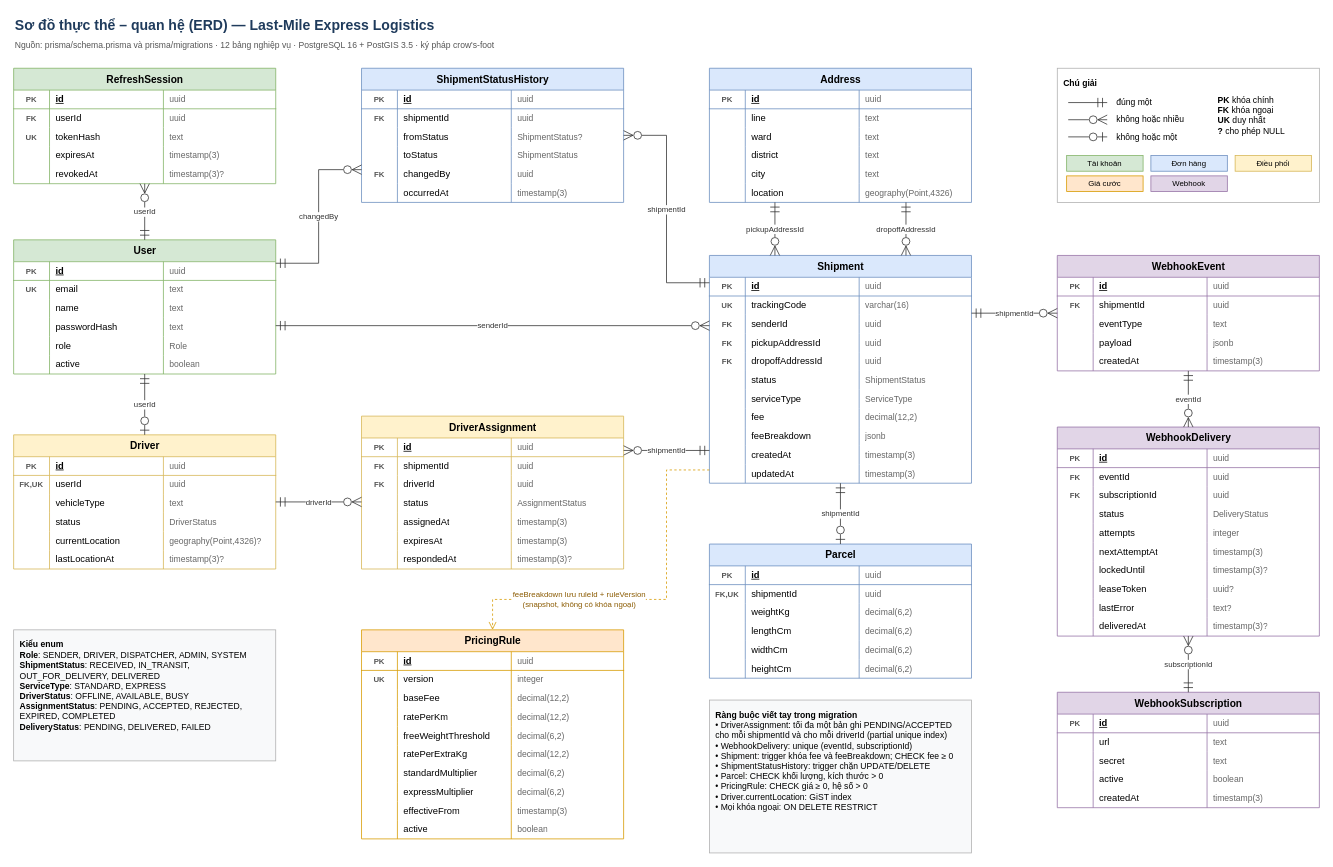
Earlier version of the draw.io diagram docs/architecture/diagrams/erd.drawio (HarryNgoFire/CNPM_Topic4). Source tidied: cells renumbered, new cells numbered last; positions are measured from the earlier drawing's top-left corner, leaving out a move shared by most shapes. Both pictures are drawn from the tidied source at 78%, with x=0, y=0 at pixel (13, 13).
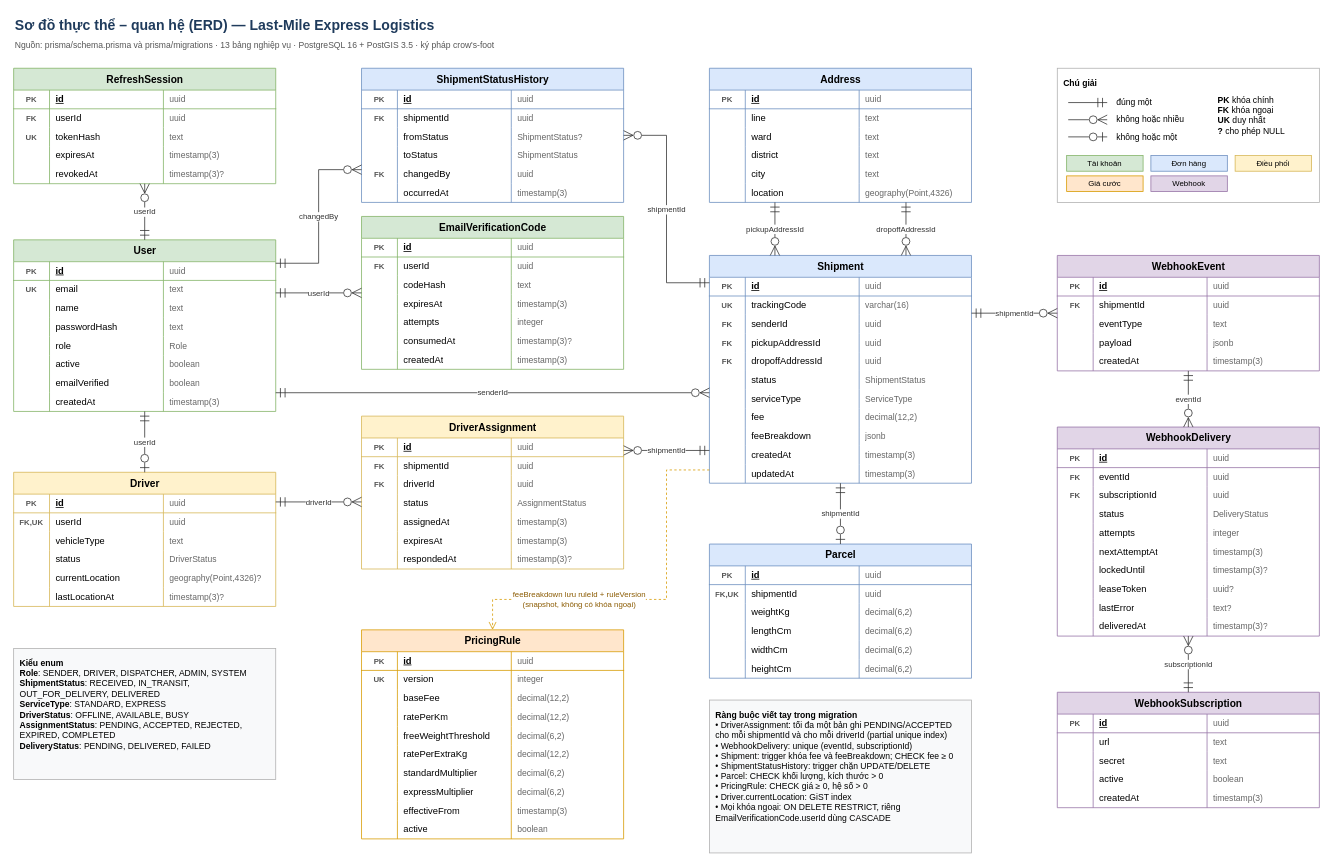
Above is the later version.

Commit message (it also covers changes not shown here):
docs(m3): add EmailVerificationCode to the ERD

Migration 20261028120000 added one table and two User columns without
updating the diagram. The legend note also claimed that every foreign key
is RESTRICT, which is no longer true for this table.

Unchanged cells that the change refers to:
```xml
<mxCell id="75" value="ShipmentStatusHistory" style="shape=table;startSize=28;childLayout=tableLayout;rowLines=0;fontStyle=1;align=center;html=1;fontSize=13;fillColor=#dae8fc;strokeColor=#6c8ebf;swimlaneFillColor=#ffffff;" parent="1" vertex="1">
  <mxGeometry x="446" y="70" width="336" height="172" as="geometry" />
</mxCell>
<mxCell id="100" value="DriverAssignment" style="shape=table;startSize=28;childLayout=tableLayout;rowLines=0;fontStyle=1;align=center;html=1;fontSize=13;fillColor=#fff2cc;strokeColor=#d6b656;swimlaneFillColor=#ffffff;" parent="1" vertex="1">
  <mxGeometry x="446" y="516" width="336" height="196" as="geometry" />
</mxCell>
<mxCell id="195" value="Shipment" style="shape=table;startSize=28;childLayout=tableLayout;rowLines=0;fontStyle=1;align=center;html=1;fontSize=13;fillColor=#dae8fc;strokeColor=#6c8ebf;swimlaneFillColor=#ffffff;" parent="1" vertex="1">
  <mxGeometry x="892" y="310" width="336" height="292" as="geometry" />
</mxCell>
```

What changed in the source:
```diff
@@
-    <mxCell id="3" value="Nguồn: prisma/schema.prisma và prisma/migrations · 12 bảng nghiệp vụ · PostgreSQL 16 + PostGIS 3.5 · ký pháp crow's-foot" style="text;html=1;align=left;verticalAlign=middle;fontSize=11;fontColor=#555555;" parent="1" vertex="1">
+    <mxCell id="3" value="Nguồn: prisma/schema.prisma và prisma/migrations · 13 bảng nghiệp vụ · PostgreSQL 16 + PostGIS 3.5 · ký pháp crow's-foot" style="text;html=1;align=left;verticalAlign=middle;fontSize=11;fontColor=#555555;" parent="1" vertex="1">
       <mxGeometry y="30" width="1100" height="22" as="geometry" />
     </mxCell>
@@
     <mxCell id="25" value="User" style="shape=table;startSize=28;childLayout=tableLayout;rowLines=0;fontStyle=1;align=center;html=1;fontSize=13;fillColor=#d5e8d4;strokeColor=#82b366;swimlaneFillColor=#ffffff;" parent="1" vertex="1">
-      <mxGeometry y="290" width="336" height="172" as="geometry" />
+      <mxGeometry y="290" width="336" height="220" as="geometry" />
     </mxCell>
@@
+    <mxCell id="377" style="shape=tableRow;horizontal=0;startSize=0;swimlaneHead=0;swimlaneBody=0;fillColor=none;top=0;left=0;right=0;bottom=0;strokeColor=#82b366;" parent="25" vertex="1">
+      <mxGeometry y="172" width="336" height="24" as="geometry" />
+    </mxCell>
+    <mxCell id="378" style="shape=partialRectangle;fillColor=none;top=0;left=0;bottom=0;right=0;overflow=hidden;html=1;fontStyle=1;fontSize=10;fontColor=#555555;" parent="377" vertex="1">
+      <mxGeometry width="46" height="24" as="geometry" />
+    </mxCell>
+    <mxCell id="379" value="emailVerified" style="shape=partialRectangle;fillColor=none;top=0;left=0;bottom=0;right=0;overflow=hidden;html=1;align=left;spacingLeft=6;fontSize=12;fontStyle=0;" parent="377" vertex="1">
+      <mxGeometry x="46" width="146" height="24" as="geometry" />
+    </mxCell>
+    <mxCell id="380" value="boolean" style="shape=partialRectangle;fillColor=none;top=0;left=0;bottom=0;right=0;overflow=hidden;html=1;align=left;spacingLeft=6;fontSize=11;fontColor=#666666;" parent="377" vertex="1">
+      <mxGeometry x="192" width="144" height="24" as="geometry" />
+    </mxCell>
+    <mxCell id="381" style="shape=tableRow;horizontal=0;startSize=0;swimlaneHead=0;swimlaneBody=0;fillColor=none;top=0;left=0;right=0;bottom=0;strokeColor=#82b366;" parent="25" vertex="1">
+      <mxGeometry y="196" width="336" height="24" as="geometry" />
+    </mxCell>
+    <mxCell id="382" style="shape=partialRectangle;fillColor=none;top=0;left=0;bottom=0;right=0;overflow=hidden;html=1;fontStyle=1;fontSize=10;fontColor=#555555;" parent="381" vertex="1">
+      <mxGeometry width="46" height="24" as="geometry" />
+    </mxCell>
+    <mxCell id="383" value="createdAt" style="shape=partialRectangle;fillColor=none;top=0;left=0;bottom=0;right=0;overflow=hidden;html=1;align=left;spacingLeft=6;fontSize=12;fontStyle=0;" parent="381" vertex="1">
+      <mxGeometry x="46" width="146" height="24" as="geometry" />
+    </mxCell>
+    <mxCell id="384" value="timestamp(3)" style="shape=partialRectangle;fillColor=none;top=0;left=0;bottom=0;right=0;overflow=hidden;html=1;align=left;spacingLeft=6;fontSize=11;fontColor=#666666;" parent="381" vertex="1">
+      <mxGeometry x="192" width="144" height="24" as="geometry" />
+    </mxCell>
+    <mxCell id="385" value="EmailVerificationCode" style="shape=table;startSize=28;childLayout=tableLayout;rowLines=0;fontStyle=1;align=center;html=1;fontSize=13;fillColor=#d5e8d4;strokeColor=#82b366;swimlaneFillColor=#ffffff;" parent="1" vertex="1">
+      <mxGeometry x="446" y="260" width="336" height="196" as="geometry" />
+    </mxCell>
+    <mxCell id="386" style="shape=tableRow;horizontal=0;startSize=0;swimlaneHead=0;swimlaneBody=0;fillColor=none;top=0;left=0;right=0;bottom=1;strokeColor=#82b366;" parent="385" vertex="1">
+      <mxGeometry y="28" width="336" height="24" as="geometry" />
+    </mxCell>
+    <mxCell id="387" value="PK" style="shape=partialRectangle;fillColor=none;top=0;left=0;bottom=0;right=0;overflow=hidden;html=1;fontStyle=1;fontSize=10;fontColor=#555555;" parent="386" vertex="1">
+      <mxGeometry width="46" height="24" as="geometry" />
+    </mxCell>
+    <mxCell id="388" value="id" style="shape=partialRectangle;fillColor=none;top=0;left=0;bottom=0;right=0;overflow=hidden;html=1;align=left;spacingLeft=6;fontSize=12;fontStyle=5;" parent="386" vertex="1">
+      <mxGeometry x="46" width="146" height="24" as="geometry" />
+    </mxCell>
+    <mxCell id="389" value="uuid" style="shape=partialRectangle;fillColor=none;top=0;left=0;bottom=0;right=0;overflow=hidden;html=1;align=left;spacingLeft=6;fontSize=11;fontColor=#666666;" parent="386" vertex="1">
+      <mxGeometry x="192" width="144" height="24" as="geometry" />
+    </mxCell>
+    <mxCell id="390" style="shape=tableRow;horizontal=0;startSize=0;swimlaneHead=0;swimlaneBody=0;fillColor=none;top=0;left=0;right=0;bottom=0;strokeColor=#82b366;" parent="385" vertex="1">
+      <mxGeometry y="52" width="336" height="24" as="geometry" />
+    </mxCell>
+    <mxCell id="391" value="FK" style="shape=partialRectangle;fillColor=none;top=0;left=0;bottom=0;right=0;overflow=hidden;html=1;fontStyle=1;fontSize=10;fontColor=#555555;" parent="390" vertex="1">
+      <mxGeometry width="46" height="24" as="geometry" />
+    </mxCell>
+    <mxCell id="392" value="userId" style="shape=partialRectangle;fillColor=none;top=0;left=0;bottom=0;right=0;overflow=hidden;html=1;align=left;spacingLeft=6;fontSize=12;fontStyle=0;" parent="390" vertex="1">
+      <mxGeometry x="46" width="146" height="24" as="geometry" />
+    </mxCell>
+    <mxCell id="393" value="uuid" style="shape=partialRectangle;fillColor=none;top=0;left=0;bottom=0;right=0;overflow=hidden;html=1;align=left;spacingLeft=6;fontSize=11;fontColor=#666666;" parent="390" vertex="1">
+      <mxGeometry x="192" width="144" height="24" as="geometry" />
+    </mxCell>
+    <mxCell id="394" style="shape=tableRow;horizontal=0;startSize=0;swimlaneHead=0;swimlaneBody=0;fillColor=none;top=0;left=0;right=0;bottom=0;strokeColor=#82b366;" parent="385" vertex="1">
+      <mxGeometry y="76" width="336" height="24" as="geometry" />
+    </mxCell>
+    <mxCell id="395" style="shape=partialRectangle;fillColor=none;top=0;left=0;bottom=0;right=0;overflow=hidden;html=1;fontStyle=1;fontSize=10;fontColor=#555555;" parent="394" vertex="1">
+      <mxGeometry width="46" height="24" as="geometry" />
+    </mxCell>
+    <mxCell id="396" value="codeHash" style="shape=partialRectangle;fillColor=none;top=0;left=0;bottom=0;right=0;overflow=hidden;html=1;align=left;spacingLeft=6;fontSize=12;fontStyle=0;" parent="394" vertex="1">
+      <mxGeometry x="46" width="146" height="24" as="geometry" />
+    </mxCell>
+    <mxCell id="397" value="text" style="shape=partialRectangle;fillColor=none;top=0;left=0;bottom=0;right=0;overflow=hidden;html=1;align=left;spacingLeft=6;fontSize=11;fontColor=#666666;" parent="394" vertex="1">
+      <mxGeometry x="192" width="144" height="24" as="geometry" />
+    </mxCell>
+    <mxCell id="398" style="shape=tableRow;horizontal=0;startSize=0;swimlaneHead=0;swimlaneBody=0;fillColor=none;top=0;left=0;right=0;bottom=0;strokeColor=#82b366;" parent="385" vertex="1">
+      <mxGeometry y="100" width="336" height="24" as="geometry" />
+    </mxCell>
+    <mxCell id="399" style="shape=partialRectangle;fillColor=none;top=0;left=0;bottom=0;right=0;overflow=hidden;html=1;fontStyle=1;fontSize=10;fontColor=#555555;" parent="398" vertex="1">
+      <mxGeometry width="46" height="24" as="geometry" />
+    </mxCell>
+    <mxCell id="400" value="expiresAt" style="shape=partialRectangle;fillColor=none;top=0;left=0;bottom=0;right=0;overflow=hidden;html=1;align=left;spacingLeft=6;fontSize=12;fontStyle=0;" parent="398" vertex="1">
+      <mxGeometry x="46" width="146" height="24" as="geometry" />
+    </mxCell>
+    <mxCell id="401" value="timestamp(3)" style="shape=partialRectangle;fillColor=none;top=0;left=0;bottom=0;right=0;overflow=hidden;html=1;align=left;spacingLeft=6;fontSize=11;fontColor=#666666;" parent="398" vertex="1">
+      <mxGeometry x="192" width="144" height="24" as="geometry" />
+    </mxCell>
+    <mxCell id="402" style="shape=tableRow;horizontal=0;startSize=0;swimlaneHead=0;swimlaneBody=0;fillColor=none;top=0;left=0;right=0;bottom=0;strokeColor=#82b366;" parent="385" vertex="1">
+      <mxGeometry y="124" width="336" height="24" as="geometry" />
+    </mxCell>
+    <mxCell id="403" style="shape=partialRectangle;fillColor=none;top=0;left=0;bottom=0;right=0;overflow=hidden;html=1;fontStyle=1;fontSize=10;fontColor=#555555;" parent="402" vertex="1">
+      <mxGeometry width="46" height="24" as="geometry" />
+    </mxCell>
+    <mxCell id="404" value="attempts" style="shape=partialRectangle;fillColor=none;top=0;left=0;bottom=0;right=0;overflow=hidden;html=1;align=left;spacingLeft=6;fontSize=12;fontStyle=0;" parent="402" vertex="1">
+      <mxGeometry x="46" width="146" height="24" as="geometry" />
+    </mxCell>
+    <mxCell id="405" value="integer" style="shape=partialRectangle;fillColor=none;top=0;left=0;bottom=0;right=0;overflow=hidden;html=1;align=left;spacingLeft=6;fontSize=11;fontColor=#666666;" parent="402" vertex="1">
+      <mxGeometry x="192" width="144" height="24" as="geometry" />
+    </mxCell>
+    <mxCell id="406" style="shape=tableRow;horizontal=0;startSize=0;swimlaneHead=0;swimlaneBody=0;fillColor=none;top=0;left=0;right=0;bottom=0;strokeColor=#82b366;" parent="385" vertex="1">
+      <mxGeometry y="148" width="336" height="24" as="geometry" />
+    </mxCell>
+    <mxCell id="407" style="shape=partialRectangle;fillColor=none;top=0;left=0;bottom=0;right=0;overflow=hidden;html=1;fontStyle=1;fontSize=10;fontColor=#555555;" parent="406" vertex="1">
+      <mxGeometry width="46" height="24" as="geometry" />
+    </mxCell>
+    <mxCell id="408" value="consumedAt" style="shape=partialRectangle;fillColor=none;top=0;left=0;bottom=0;right=0;overflow=hidden;html=1;align=left;spacingLeft=6;fontSize=12;fontStyle=0;" parent="406" vertex="1">
+      <mxGeometry x="46" width="146" height="24" as="geometry" />
+    </mxCell>
+    <mxCell id="409" value="timestamp(3)?" style="shape=partialRectangle;fillColor=none;top=0;left=0;bottom=0;right=0;overflow=hidden;html=1;align=left;spacingLeft=6;fontSize=11;fontColor=#666666;" parent="406" vertex="1">
+      <mxGeometry x="192" width="144" height="24" as="geometry" />
+    </mxCell>
+    <mxCell id="410" style="shape=tableRow;horizontal=0;startSize=0;swimlaneHead=0;swimlaneBody=0;fillColor=none;top=0;left=0;right=0;bottom=0;strokeColor=#82b366;" parent="385" vertex="1">
+      <mxGeometry y="172" width="336" height="24" as="geometry" />
+    </mxCell>
+    <mxCell id="411" style="shape=partialRectangle;fillColor=none;top=0;left=0;bottom=0;right=0;overflow=hidden;html=1;fontStyle=1;fontSize=10;fontColor=#555555;" parent="410" vertex="1">
+      <mxGeometry width="46" height="24" as="geometry" />
+    </mxCell>
+    <mxCell id="412" value="createdAt" style="shape=partialRectangle;fillColor=none;top=0;left=0;bottom=0;right=0;overflow=hidden;html=1;align=left;spacingLeft=6;fontSize=12;fontStyle=0;" parent="410" vertex="1">
+      <mxGeometry x="46" width="146" height="24" as="geometry" />
+    </mxCell>
+    <mxCell id="413" value="timestamp(3)" style="shape=partialRectangle;fillColor=none;top=0;left=0;bottom=0;right=0;overflow=hidden;html=1;align=left;spacingLeft=6;fontSize=11;fontColor=#666666;" parent="410" vertex="1">
+      <mxGeometry x="192" width="144" height="24" as="geometry" />
+    </mxCell>
     <mxCell id="50" value="Driver" style="shape=table;startSize=28;childLayout=tableLayout;rowLines=0;fontStyle=1;align=center;html=1;fontSize=13;fillColor=#fff2cc;strokeColor=#d6b656;swimlaneFillColor=#ffffff;" parent="1" vertex="1">
-      <mxGeometry y="540" width="336" height="172" as="geometry" />
+      <mxGeometry y="588" width="336" height="172" as="geometry" />
     </mxCell>
@@
+    <mxCell id="414" value="userId" style="edgeStyle=orthogonalEdgeStyle;rounded=0;html=1;jettySize=auto;strokeColor=#333333;fontSize=10;fontColor=#333333;labelBackgroundColor=#ffffff;startSize=10;endSize=10;startFill=0;endFill=0;startArrow=ERzeroToMany;endArrow=ERmandOne;exitX=0;exitY=0.5;exitDx=0;exitDy=0;entryX=1;entryY=0.3091;entryDx=0;entryDy=0;" parent="1" edge="1" source="385" target="25">
+      <mxGeometry relative="1" as="geometry" />
+    </mxCell>
@@
-    <mxCell id="350" value="changedBy" style="edgeStyle=orthogonalEdgeStyle;rounded=0;html=1;jettySize=auto;strokeColor=#333333;fontSize=10;fontColor=#333333;labelBackgroundColor=#ffffff;startSize=10;endSize=10;startFill=0;endFill=0;startArrow=ERzeroToMany;endArrow=ERmandOne;exitX=0;exitY=0.7558;exitDx=0;exitDy=0;entryX=1;entryY=0.1744;entryDx=0;entryDy=0;" parent="1" edge="1" source="75" target="25">
+    <mxCell id="350" value="changedBy" style="edgeStyle=orthogonalEdgeStyle;rounded=0;html=1;jettySize=auto;strokeColor=#333333;fontSize=10;fontColor=#333333;labelBackgroundColor=#ffffff;startSize=10;endSize=10;startFill=0;endFill=0;startArrow=ERzeroToMany;endArrow=ERmandOne;exitX=0;exitY=0.7558;exitDx=0;exitDy=0;entryX=1;entryY=0.1364;entryDx=0;entryDy=0;" parent="1" edge="1" source="75" target="25">
       <mxGeometry relative="1" as="geometry">
         <Array as="points">
           <mxPoint x="391" y="200" />
           <mxPoint x="391" y="320" />
         </Array>
       </mxGeometry>
     </mxCell>
-    <mxCell id="351" value="senderId" style="edgeStyle=orthogonalEdgeStyle;rounded=0;html=1;jettySize=auto;strokeColor=#333333;fontSize=10;fontColor=#333333;labelBackgroundColor=#ffffff;startSize=10;endSize=10;startFill=0;endFill=0;startArrow=ERzeroToMany;endArrow=ERmandOne;exitX=0;exitY=0.3082;exitDx=0;exitDy=0;entryX=1;entryY=0.6395;entryDx=0;entryDy=0;" parent="1" edge="1" source="195" target="25">
+    <mxCell id="351" value="senderId" style="edgeStyle=orthogonalEdgeStyle;rounded=0;html=1;jettySize=auto;strokeColor=#333333;fontSize=10;fontColor=#333333;labelBackgroundColor=#ffffff;startSize=10;endSize=10;startFill=0;endFill=0;startArrow=ERzeroToMany;endArrow=ERmandOne;exitX=0;exitY=0.6027;exitDx=0;exitDy=0;entryX=1;entryY=0.8909;entryDx=0;entryDy=0;" parent="1" edge="1" source="195" target="25">
       <mxGeometry relative="1" as="geometry" />
     </mxCell>
@@
-    <mxCell id="353" value="driverId" style="edgeStyle=orthogonalEdgeStyle;rounded=0;html=1;jettySize=auto;strokeColor=#333333;fontSize=10;fontColor=#333333;labelBackgroundColor=#ffffff;startSize=10;endSize=10;startFill=0;endFill=0;startArrow=ERzeroToMany;endArrow=ERmandOne;exitX=0;exitY=0.5612;exitDx=0;exitDy=0;entryX=1;entryY=0.5;entryDx=0;entryDy=0;" parent="1" edge="1" source="100" target="50">
+    <mxCell id="353" value="driverId" style="edgeStyle=orthogonalEdgeStyle;rounded=0;html=1;jettySize=auto;strokeColor=#333333;fontSize=10;fontColor=#333333;labelBackgroundColor=#ffffff;startSize=10;endSize=10;startFill=0;endFill=0;startArrow=ERzeroToMany;endArrow=ERmandOne;exitX=0;exitY=0.5612;exitDx=0;exitDy=0;entryX=1;entryY=0.2209;entryDx=0;entryDy=0;" parent="1" edge="1" source="100" target="50">
       <mxGeometry relative="1" as="geometry" />
     </mxCell>
@@
     <mxCell id="362" value="&lt;b&gt;Kiểu enum&lt;/b&gt;&lt;br&gt;&lt;b&gt;Role&lt;/b&gt;: SENDER, DRIVER, DISPATCHER, ADMIN, SYSTEM&lt;br&gt;&lt;b&gt;ShipmentStatus&lt;/b&gt;: RECEIVED, IN_TRANSIT, OUT_FOR_DELIVERY, DELIVERED&lt;br&gt;&lt;b&gt;ServiceType&lt;/b&gt;: STANDARD, EXPRESS&lt;br&gt;&lt;b&gt;DriverStatus&lt;/b&gt;: OFFLINE, AVAILABLE, BUSY&lt;br&gt;&lt;b&gt;AssignmentStatus&lt;/b&gt;: PENDING, ACCEPTED, REJECTED, EXPIRED, COMPLETED&lt;br&gt;&lt;b&gt;DeliveryStatus&lt;/b&gt;: PENDING, DELIVERED, FAILED" style="rounded=0;whiteSpace=wrap;html=1;align=left;verticalAlign=top;spacing=8;fontSize=11;fillColor=#f8f9fa;strokeColor=#b0b0b0;" parent="1" vertex="1">
-      <mxGeometry y="790" width="336" height="168" as="geometry" />
+      <mxGeometry y="814" width="336" height="168" as="geometry" />
     </mxCell>
-    <mxCell id="363" value="&lt;b&gt;Ràng buộc viết tay trong migration&lt;/b&gt;&lt;br&gt;• DriverAssignment: tối đa một bản ghi PENDING/ACCEPTED cho mỗi shipmentId và cho mỗi driverId (partial unique index)&lt;br&gt;• WebhookDelivery: unique (eventId, subscriptionId)&lt;br&gt;• Shipment: trigger khóa fee và feeBreakdown; CHECK fee ≥ 0&lt;br&gt;• ShipmentStatusHistory: trigger chặn UPDATE/DELETE&lt;br&gt;• Parcel: CHECK khối lượng, kích thước &amp;gt; 0&lt;br&gt;• PricingRule: CHECK giá ≥ 0, hệ số &amp;gt; 0&lt;br&gt;• Driver.currentLocation: GiST index&lt;br&gt;• Mọi khóa ngoại: ON DELETE RESTRICT" style="rounded=0;whiteSpace=wrap;html=1;align=left;verticalAlign=top;spacing=8;fontSize=11;fillColor=#f8f9fa;strokeColor=#b0b0b0;" parent="1" vertex="1">
+    <mxCell id="363" value="&lt;b&gt;Ràng buộc viết tay trong migration&lt;/b&gt;&lt;br&gt;• DriverAssignment: tối đa một bản ghi PENDING/ACCEPTED cho mỗi shipmentId và cho mỗi driverId (partial unique index)&lt;br&gt;• WebhookDelivery: unique (eventId, subscriptionId)&lt;br&gt;• Shipment: trigger khóa fee và feeBreakdown; CHECK fee ≥ 0&lt;br&gt;• ShipmentStatusHistory: trigger chặn UPDATE/DELETE&lt;br&gt;• Parcel: CHECK khối lượng, kích thước &amp;gt; 0&lt;br&gt;• PricingRule: CHECK giá ≥ 0, hệ số &amp;gt; 0&lt;br&gt;• Driver.currentLocation: GiST index&lt;br&gt;• Mọi khóa ngoại: ON DELETE RESTRICT, riêng EmailVerificationCode.userId dùng CASCADE" style="rounded=0;whiteSpace=wrap;html=1;align=left;verticalAlign=top;spacing=8;fontSize=11;fillColor=#f8f9fa;strokeColor=#b0b0b0;" parent="1" vertex="1">
       <mxGeometry x="892" y="880" width="336" height="196" as="geometry" />
     </mxCell>
```
